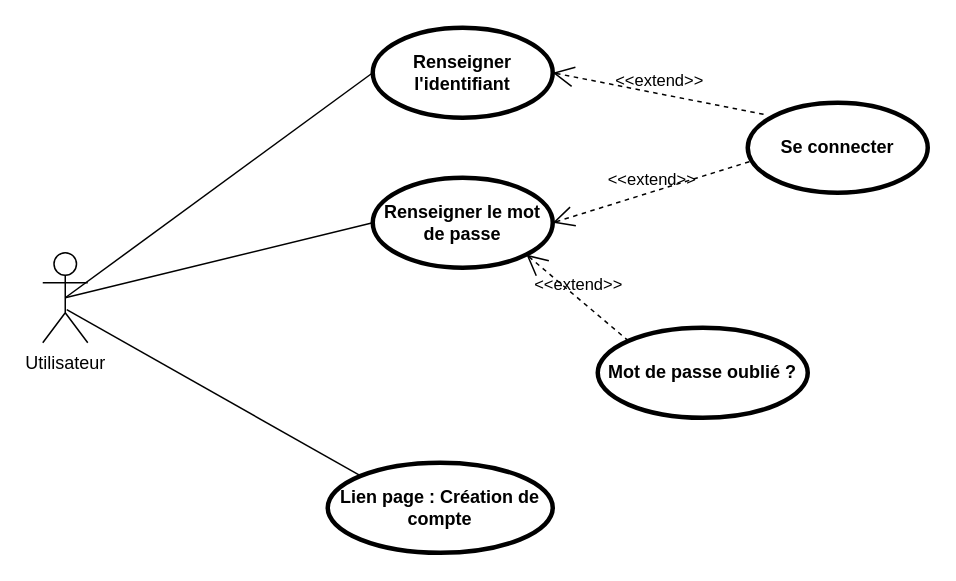
tchicoulo/learnathome keeps this draw.io diagram as Untitled Diagram.drawio. Above is the earlier version. Source tidied: cells renumbered, new cells numbered last; positions are measured from the earlier drawing's top-left corner, leaving out a move shared by most shapes. Both pictures are drawn from the tidied source at 150%, with x=0, y=0 at pixel (42, 27).
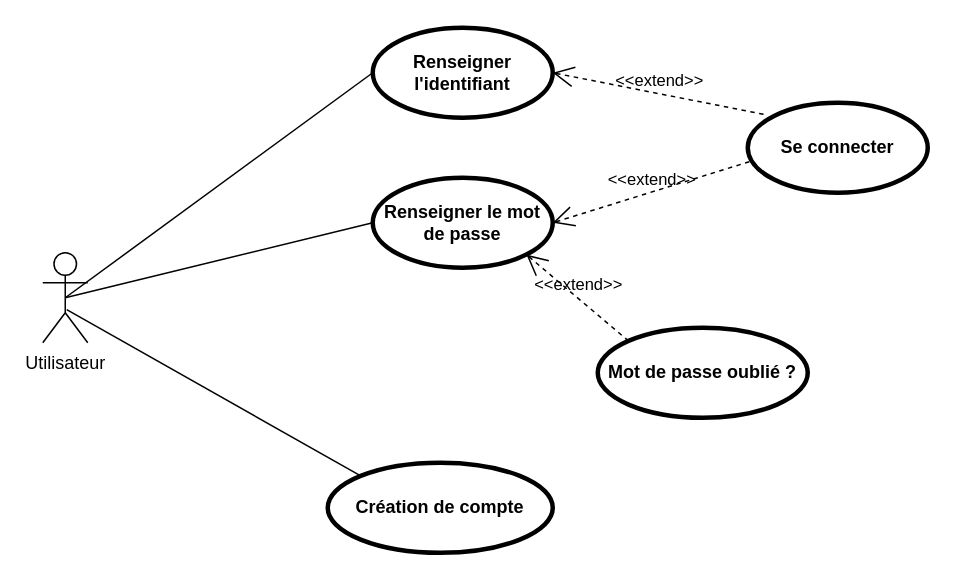
Above is the later version.

What changed in the source:
```diff
@@
 <mxGraphModel>
   <root>
     <mxCell id="0" />
     <mxCell id="1" parent="0" />
     <mxCell id="2" style="edgeStyle=orthogonalEdgeStyle;rounded=0;jettySize=auto;html=1;exitX=1;exitY=1;exitDx=0;exitDy=0;exitPerimeter=0;" parent="1" edge="1" source="3">
       <mxGeometry relative="1" as="geometry">
         <mxPoint x="30" y="210" as="targetPoint" />
       </mxGeometry>
     </mxCell>
     <mxCell id="3" value="Utilisateur" style="shape=umlActor;html=1;verticalLabelPosition=bottom;verticalAlign=top;align=center;" parent="1" vertex="1">
       <mxGeometry y="150" width="30" height="60" as="geometry" />
     </mxCell>
     <mxCell id="4" value="Renseigner l'identifiant" style="shape=ellipse;html=1;strokeWidth=3;fontStyle=1;whiteSpace=wrap;align=center;perimeter=ellipsePerimeter;" parent="1" vertex="1">
       <mxGeometry x="220" width="120" height="60" as="geometry" />
     </mxCell>
     <mxCell id="5" value="Renseigner le mot de passe" style="shape=ellipse;html=1;strokeWidth=3;fontStyle=1;whiteSpace=wrap;align=center;perimeter=ellipsePerimeter;" parent="1" vertex="1">
       <mxGeometry x="220" y="100" width="120" height="60" as="geometry" />
     </mxCell>
     <mxCell id="6" style="edgeStyle=none;html=1;endArrow=none;verticalAlign=bottom;rounded=0;exitX=0.5;exitY=0.5;exitDx=0;exitDy=0;exitPerimeter=0;entryX=0;entryY=0.5;entryDx=0;entryDy=0;" parent="1" edge="1" source="3" target="4">
       <mxGeometry relative="1" as="geometry" />
     </mxCell>
     <mxCell id="7" style="edgeStyle=none;html=1;endArrow=none;verticalAlign=bottom;rounded=0;exitX=0.5;exitY=0.5;exitDx=0;exitDy=0;exitPerimeter=0;entryX=0;entryY=0.5;entryDx=0;entryDy=0;" parent="1" edge="1" source="3" target="5">
       <mxGeometry relative="1" as="geometry" />
     </mxCell>
     <mxCell id="8" value="Mot de passe oublié ?" style="shape=ellipse;html=1;strokeWidth=3;fontStyle=1;whiteSpace=wrap;align=center;perimeter=ellipsePerimeter;" parent="1" vertex="1">
       <mxGeometry x="370" y="200" width="140" height="60" as="geometry" />
     </mxCell>
-    <mxCell id="9" value="Lien page : Création de compte" style="shape=ellipse;html=1;strokeWidth=3;fontStyle=1;whiteSpace=wrap;align=center;perimeter=ellipsePerimeter;" parent="1" vertex="1">
+    <mxCell id="9" value="Création de compte" style="shape=ellipse;html=1;strokeWidth=3;fontStyle=1;whiteSpace=wrap;align=center;perimeter=ellipsePerimeter;" parent="1" vertex="1">
       <mxGeometry x="190" y="290" width="150" height="60" as="geometry" />
     </mxCell>
     <mxCell id="10" value="Se connecter" style="shape=ellipse;html=1;strokeWidth=3;fontStyle=1;whiteSpace=wrap;align=center;perimeter=ellipsePerimeter;" parent="1" vertex="1">
       <mxGeometry x="470" y="50" width="120" height="60" as="geometry" />
     </mxCell>
     <mxCell id="11" style="edgeStyle=none;html=1;endArrow=none;verticalAlign=bottom;rounded=0;exitX=0.533;exitY=0.633;exitDx=0;exitDy=0;exitPerimeter=0;entryX=0;entryY=0;entryDx=0;entryDy=0;" parent="1" edge="1" source="3" target="9">
       <mxGeometry relative="1" as="geometry" />
     </mxCell>
     <mxCell id="12" value="&amp;lt;&amp;lt;extend&amp;gt;&amp;gt;" style="edgeStyle=none;html=1;startArrow=open;endArrow=none;startSize=12;verticalAlign=bottom;dashed=1;labelBackgroundColor=none;rounded=0;exitX=1;exitY=0.5;exitDx=0;exitDy=0;entryX=0.1;entryY=0.133;entryDx=0;entryDy=0;entryPerimeter=0;" parent="1" edge="1" source="4" target="10">
       <mxGeometry relative="1" as="geometry" />
     </mxCell>
     <mxCell id="13" value="&amp;lt;&amp;lt;extend&amp;gt;&amp;gt;" style="edgeStyle=none;html=1;startArrow=open;endArrow=none;startSize=12;verticalAlign=bottom;dashed=1;labelBackgroundColor=none;rounded=0;exitX=1;exitY=0.5;exitDx=0;exitDy=0;entryX=0.017;entryY=0.65;entryDx=0;entryDy=0;entryPerimeter=0;" parent="1" edge="1" source="5" target="10">
       <mxGeometry relative="1" as="geometry" />
     </mxCell>
     <mxCell id="14" value="&amp;lt;&amp;lt;extend&amp;gt;&amp;gt;" style="edgeStyle=none;html=1;startArrow=open;endArrow=none;startSize=12;verticalAlign=bottom;dashed=1;labelBackgroundColor=none;rounded=0;exitX=1;exitY=1;exitDx=0;exitDy=0;entryX=0;entryY=0;entryDx=0;entryDy=0;" parent="1" edge="1" source="5" target="8">
       <mxGeometry relative="1" as="geometry" />
     </mxCell>
   </root>
 </mxGraphModel>
```
